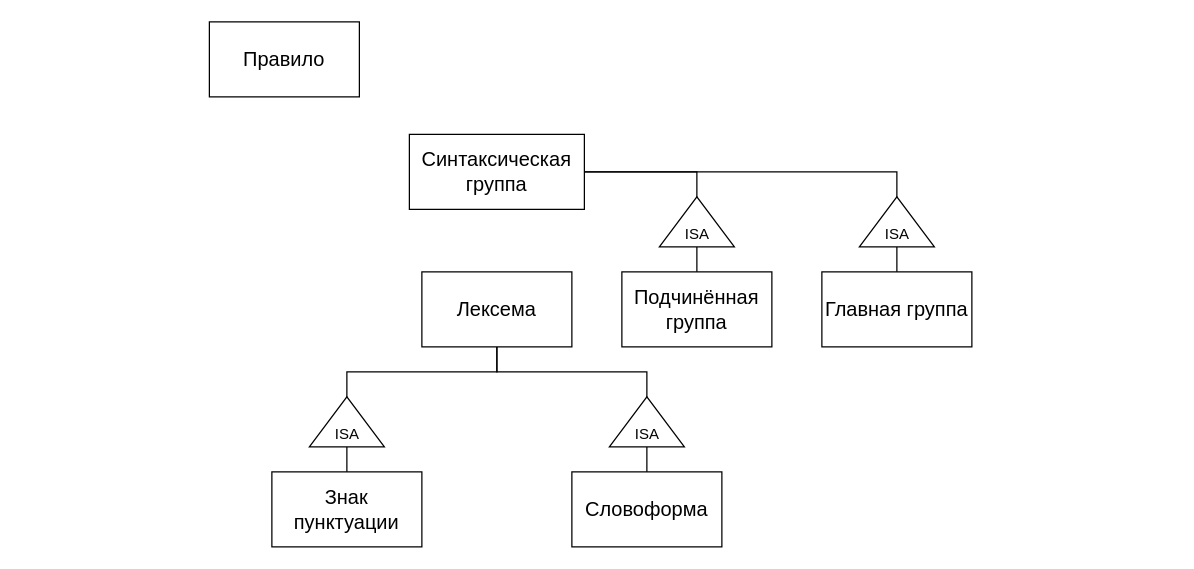
DMfananddu/Computing-Facilities-AIPCS keeps this draw.io diagram as DZ1.drawio. Above is the earlier version. Source tidied: cells renumbered, new cells numbered last; positions are measured from the earlier drawing's top-left corner, leaving out a move shared by most shapes. Both pictures are drawn from the tidied source at 125%, with x=0, y=0 at pixel (209, 21).
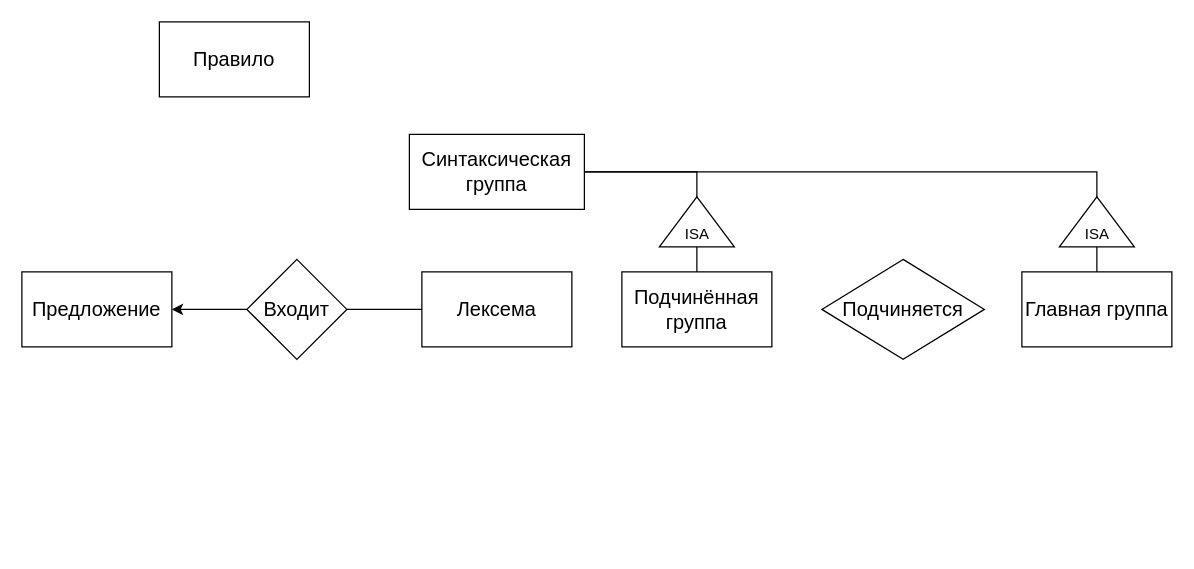
The same page after the edit.

Unchanged cells that the change refers to:
```xml
<mxCell id="3" value="Лексема" style="rounded=0;whiteSpace=wrap;html=1;fontSize=16;" parent="1" vertex="1">
  <mxGeometry x="170" y="200" width="120" height="60" as="geometry" />
</mxCell>
<mxCell id="14" value="Синтаксическая группа" style="rounded=0;whiteSpace=wrap;html=1;fontSize=16;" parent="1" vertex="1">
  <mxGeometry x="160" y="90" width="140" height="60" as="geometry" />
</mxCell>
```

Diff of the diagram source:
```diff
@@
     <mxCell id="2" value="Правило" style="rounded=0;whiteSpace=wrap;html=1;fontSize=16;" parent="1" vertex="1">
-      <mxGeometry width="120" height="60" as="geometry" />
+      <mxGeometry x="-40" width="120" height="60" as="geometry" />
     </mxCell>
+    <mxCell id="25" style="edgeStyle=orthogonalEdgeStyle;rounded=0;jettySize=auto;html=1;exitX=0;exitY=0.5;exitDx=0;exitDy=0;entryX=1;entryY=0.5;entryDx=0;entryDy=0;endArrow=none;endFill=0;fontSize=16;" parent="1" edge="1" source="3" target="28">
+      <mxGeometry relative="1" as="geometry" />
+    </mxCell>
@@
-    <mxCell id="4" style="edgeStyle=orthogonalEdgeStyle;rounded=0;jettySize=auto;html=1;exitX=0.5;exitY=0;exitDx=0;exitDy=0;entryX=0;entryY=0.5;entryDx=0;entryDy=0;endArrow=none;endFill=0;" parent="1" edge="1" source="5" target="12">
-      <mxGeometry relative="1" as="geometry" />
-    </mxCell>
-    <mxCell id="5" value="Знак пунктуации" style="rounded=0;whiteSpace=wrap;html=1;fontSize=16;" parent="1" vertex="1">
-      <mxGeometry x="50" y="360" width="120" height="60" as="geometry" />
-    </mxCell>
-    <mxCell id="6" style="edgeStyle=orthogonalEdgeStyle;rounded=0;jettySize=auto;html=1;exitX=0.5;exitY=0;exitDx=0;exitDy=0;entryX=0;entryY=0.5;entryDx=0;entryDy=0;endArrow=none;endFill=0;" parent="1" edge="1" source="7" target="9">
-      <mxGeometry relative="1" as="geometry" />
-    </mxCell>
-    <mxCell id="7" value="Словоформа" style="rounded=0;whiteSpace=wrap;html=1;fontSize=16;" parent="1" vertex="1">
-      <mxGeometry x="290" y="360" width="120" height="60" as="geometry" />
-    </mxCell>
-    <mxCell id="8" style="edgeStyle=orthogonalEdgeStyle;rounded=0;jettySize=auto;html=1;exitX=1;exitY=0.5;exitDx=0;exitDy=0;entryX=0.5;entryY=1;entryDx=0;entryDy=0;endArrow=none;endFill=0;" parent="1" edge="1" source="9" target="3">
-      <mxGeometry relative="1" as="geometry" />
-    </mxCell>
-    <mxCell id="9" style="triangle;whiteSpace=wrap;html=1;rotation=-90;" parent="1" vertex="1">
-      <mxGeometry x="330" y="290" width="40" height="60" as="geometry" />
-    </mxCell>
-    <mxCell id="10" value="ISA" style="text;html=1;align=center;verticalAlign=middle;" parent="1" vertex="1">
-      <mxGeometry x="335" y="320" width="30" height="20" as="geometry" />
-    </mxCell>
-    <mxCell id="11" style="edgeStyle=orthogonalEdgeStyle;rounded=0;jettySize=auto;html=1;exitX=1;exitY=0.5;exitDx=0;exitDy=0;entryX=0.5;entryY=1;entryDx=0;entryDy=0;endArrow=none;endFill=0;" parent="1" edge="1" source="12" target="3">
-      <mxGeometry relative="1" as="geometry" />
-    </mxCell>
-    <mxCell id="12" style="triangle;whiteSpace=wrap;html=1;rotation=-90;" parent="1" vertex="1">
-      <mxGeometry x="90" y="290" width="40" height="60" as="geometry" />
-    </mxCell>
-    <mxCell id="13" value="ISA" style="text;html=1;align=center;verticalAlign=middle;" parent="1" vertex="1">
-      <mxGeometry x="95" y="320" width="30" height="20" as="geometry" />
-    </mxCell>
@@
     <mxCell id="18" value="Главная группа" style="rounded=0;whiteSpace=wrap;html=1;fontSize=16;" parent="1" vertex="1">
-      <mxGeometry x="490" y="200" width="120" height="60" as="geometry" />
+      <mxGeometry x="650" y="200" width="120" height="60" as="geometry" />
     </mxCell>
@@
     <mxCell id="22" style="edgeStyle=orthogonalEdgeStyle;rounded=0;jettySize=auto;html=1;exitX=1;exitY=0.5;exitDx=0;exitDy=0;entryX=1;entryY=0.5;entryDx=0;entryDy=0;endArrow=none;endFill=0;fontSize=16;" parent="1" edge="1" source="23" target="14">
       <mxGeometry relative="1" as="geometry">
         <Array as="points">
-          <mxPoint x="550" y="120" />
+          <mxPoint x="710" y="120" />
         </Array>
       </mxGeometry>
     </mxCell>
     <mxCell id="23" style="triangle;whiteSpace=wrap;html=1;rotation=-90;" parent="1" vertex="1">
-      <mxGeometry x="530" y="130" width="40" height="60" as="geometry" />
+      <mxGeometry x="690" y="130" width="40" height="60" as="geometry" />
     </mxCell>
     <mxCell id="24" value="ISA" style="text;html=1;align=center;verticalAlign=middle;" parent="1" vertex="1">
-      <mxGeometry x="535" y="160" width="30" height="20" as="geometry" />
+      <mxGeometry x="695" y="160" width="30" height="20" as="geometry" />
     </mxCell>
+    <mxCell id="26" value="Предложение" style="rounded=0;whiteSpace=wrap;html=1;fontSize=16;" parent="1" vertex="1">
+      <mxGeometry x="-150" y="200" width="120" height="60" as="geometry" />
+    </mxCell>
+    <mxCell id="27" style="edgeStyle=orthogonalEdgeStyle;rounded=0;jettySize=auto;html=1;exitX=0;exitY=0.5;exitDx=0;exitDy=0;entryX=1;entryY=0.5;entryDx=0;entryDy=0;endArrow=classic;endFill=1;fontSize=16;" parent="1" edge="1" source="28" target="26">
+      <mxGeometry relative="1" as="geometry" />
+    </mxCell>
+    <mxCell id="28" value="Входит" style="rhombus;whiteSpace=wrap;html=1;fontSize=16;" parent="1" vertex="1">
+      <mxGeometry x="30" y="190" width="80" height="80" as="geometry" />
+    </mxCell>
+    <mxCell id="29" value="Подчиняется" style="rhombus;whiteSpace=wrap;html=1;fontSize=16;" parent="1" vertex="1">
+      <mxGeometry x="490" y="190" width="130" height="80" as="geometry" />
+    </mxCell>
```
